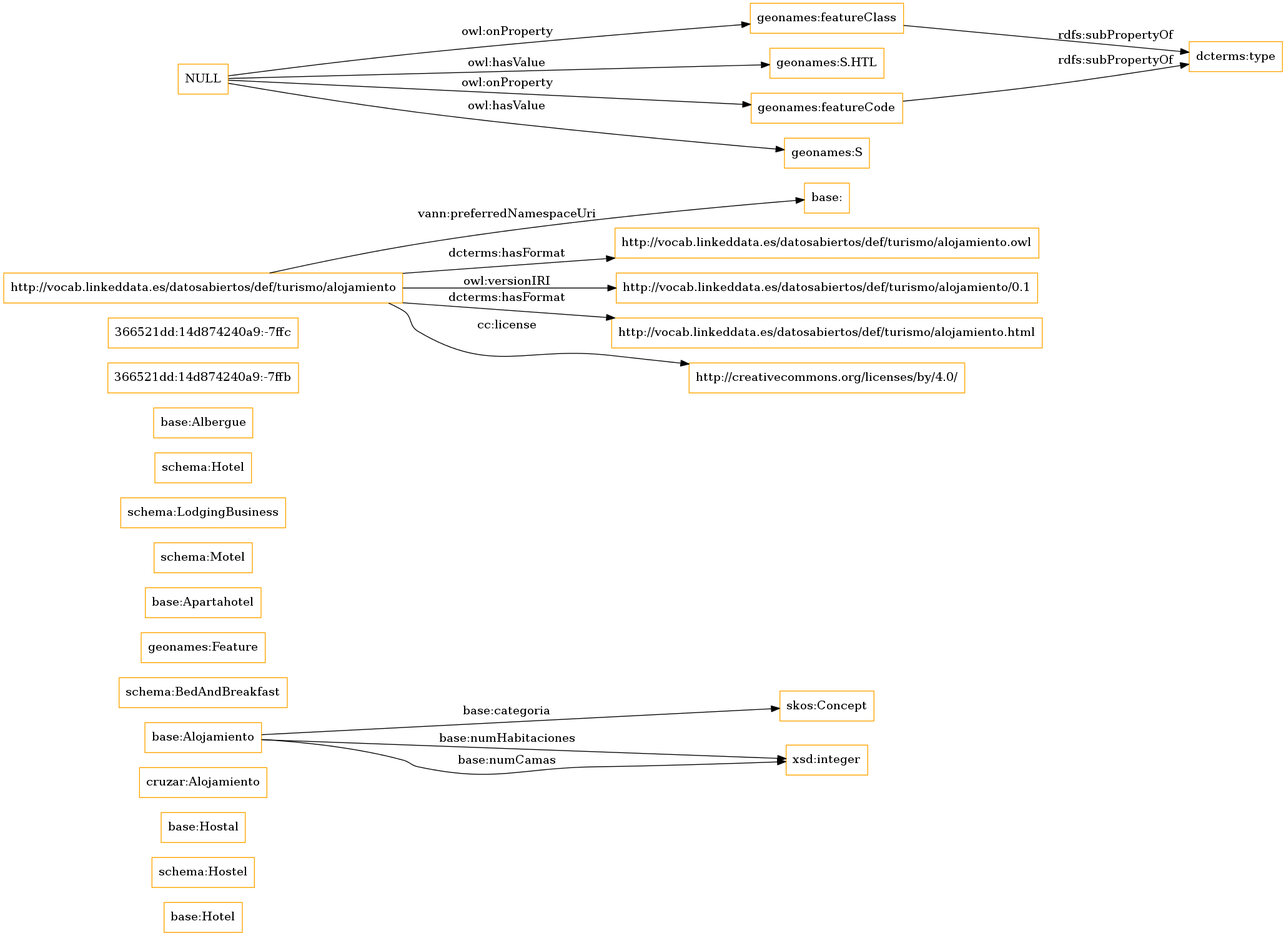
Before: OnToology/dantest/alojamiento.owl/diagrams/ar2dtool-class/alojamiento.owl.png, a diagram exported from Graphviz (ahmad88me/target). Its source is kept beside it as OnToology/dantest/alojamiento.owl/diagrams/ar2dtool-class/alojamiento.owl.png.dot. Its diagram source:
```dot
digraph ar2dtool_diagram {
rankdir=LR;
size="1501"
node [shape = rectangle, color="orange"]; "base:Hotel" "schema:Hostel" "base:Hostal" "cruzar:Alojamiento" "base:Alojamiento" "schema:BedAndBreakfast" "geonames:Feature" "base:Apartahotel" "schema:Motel" "schema:LodgingBusiness" "skos:Concept" "schema:Hotel" "base:Albergue" "366521dd:14d874240a9:-7ffb" "366521dd:14d874240a9:-7ffc" ; /*classes style*/
	"http://vocab.linkeddata.es/datosabiertos/def/turismo/alojamiento" -> "base:" [ label = "vann:preferredNamespaceUri" ];
	"http://vocab.linkeddata.es/datosabiertos/def/turismo/alojamiento" -> "http://vocab.linkeddata.es/datosabiertos/def/turismo/alojamiento.owl" [ label = "dcterms:hasFormat" ];
	"http://vocab.linkeddata.es/datosabiertos/def/turismo/alojamiento" -> "http://vocab.linkeddata.es/datosabiertos/def/turismo/alojamiento/0.1" [ label = "owl:versionIRI" ];
	"http://vocab.linkeddata.es/datosabiertos/def/turismo/alojamiento" -> "http://vocab.linkeddata.es/datosabiertos/def/turismo/alojamiento.html" [ label = "dcterms:hasFormat" ];
	"http://vocab.linkeddata.es/datosabiertos/def/turismo/alojamiento" -> "http://creativecommons.org/licenses/by/4.0/" [ label = "cc:license" ];
	"geonames:featureClass" -> "dcterms:type" [ label = "rdfs:subPropertyOf" ];
	"NULL" -> "geonames:S.HTL" [ label = "owl:hasValue" ];
	"NULL" -> "geonames:featureCode" [ label = "owl:onProperty" ];
	"NULL" -> "geonames:S" [ label = "owl:hasValue" ];
	"NULL" -> "geonames:featureClass" [ label = "owl:onProperty" ];
	"geonames:featureCode" -> "dcterms:type" [ label = "rdfs:subPropertyOf" ];
	"base:Alojamiento" -> "xsd:integer" [ label = "base:numHabitaciones" ];
	"base:Alojamiento" -> "xsd:integer" [ label = "base:numCamas" ];
	"base:Alojamiento" -> "skos:Concept" [ label = "base:categoria" ];

}
```
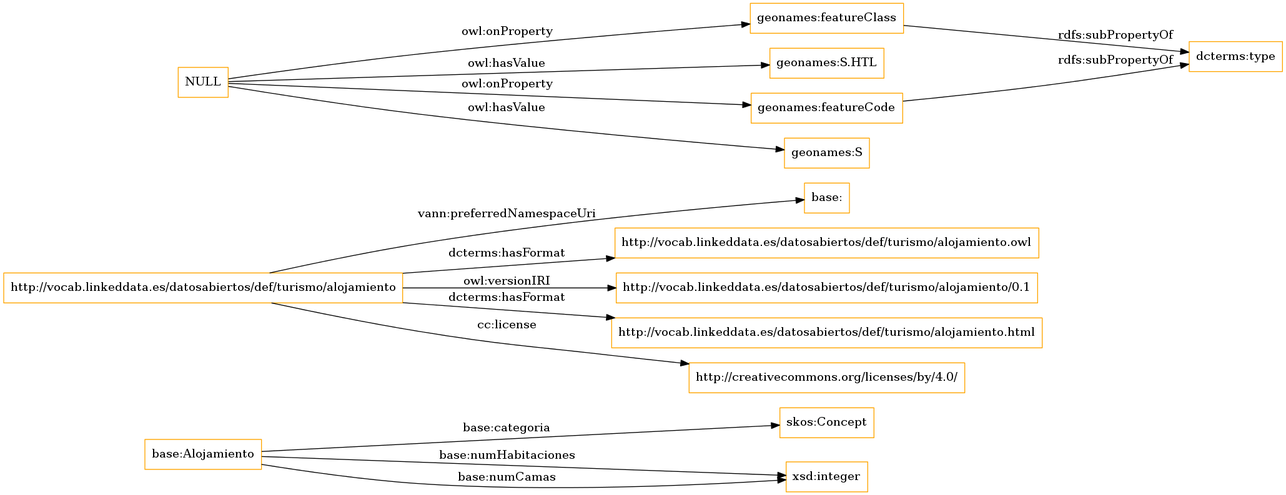
After the commit.

Diff of the diagram source:
```diff
@@ -1,7 +1,7 @@
 digraph ar2dtool_diagram {
 rankdir=LR;
 size="1501"
-node [shape = rectangle, color="orange"]; "base:Hotel" "schema:Hostel" "base:Hostal" "cruzar:Alojamiento" "base:Alojamiento" "schema:BedAndBreakfast" "geonames:Feature" "base:Apartahotel" "schema:Motel" "schema:LodgingBusiness" "skos:Concept" "schema:Hotel" "base:Albergue" "366521dd:14d874240a9:-7ffb" "366521dd:14d874240a9:-7ffc" ; /*classes style*/
+node [shape = rectangle, color="orange"]; "base:Alojamiento" "skos:Concept" ; /*classes style*/
 	"http://vocab.linkeddata.es/datosabiertos/def/turismo/alojamiento" -> "base:" [ label = "vann:preferredNamespaceUri" ];
 	"http://vocab.linkeddata.es/datosabiertos/def/turismo/alojamiento" -> "http://vocab.linkeddata.es/datosabiertos/def/turismo/alojamiento.owl" [ label = "dcterms:hasFormat" ];
 	"http://vocab.linkeddata.es/datosabiertos/def/turismo/alojamiento" -> "http://vocab.linkeddata.es/datosabiertos/def/turismo/alojamiento/0.1" [ label = "owl:versionIRI" ];
```
